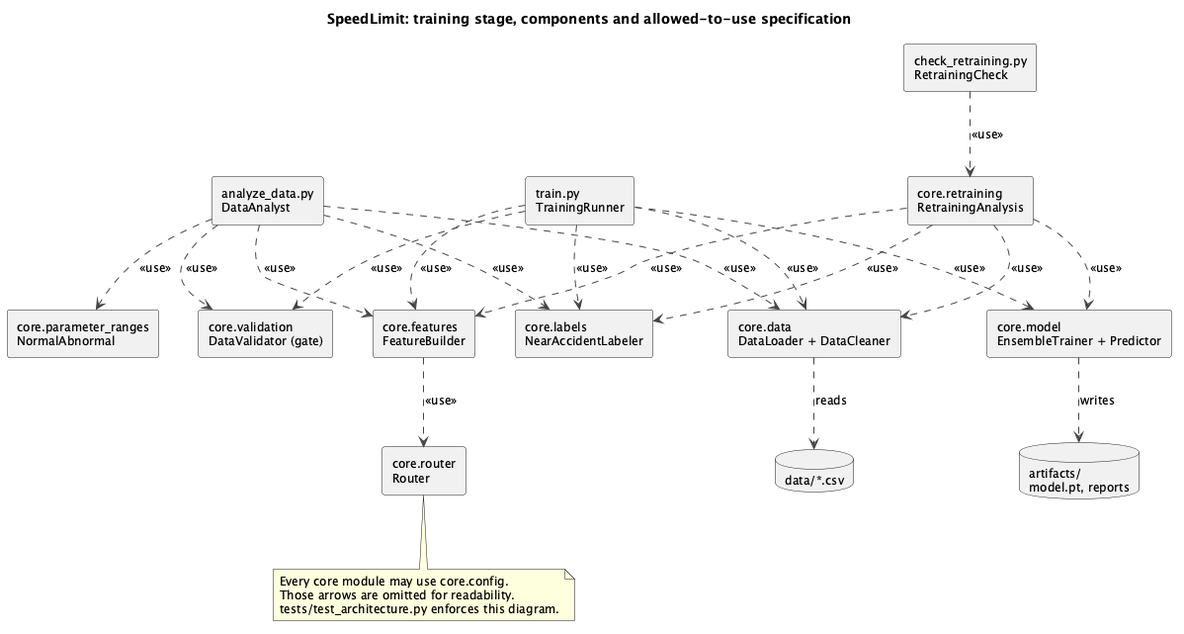
Above: docs/uml/01_architecture_training.png in xDGeo/SpeedLimitExampleSEA (PlantUML), before the change.
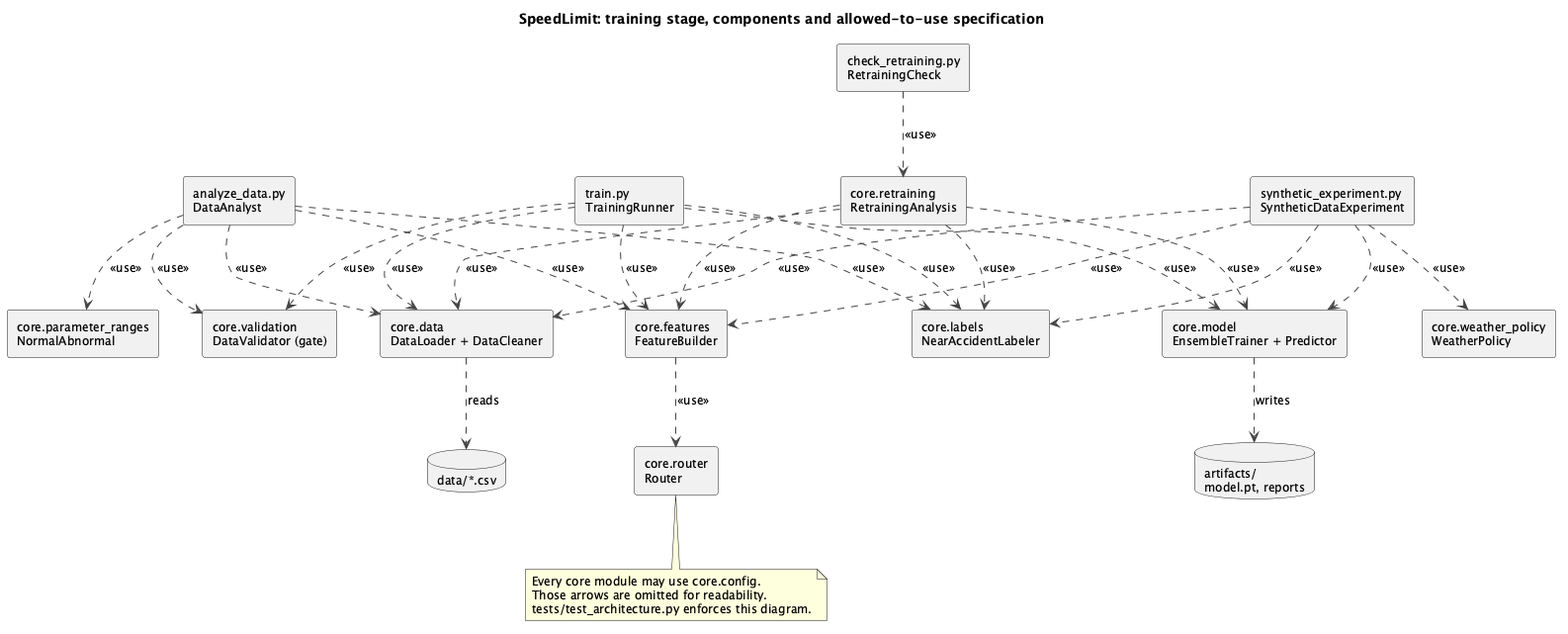
After the change.

What changed in the source:
```diff
@@ -18,6 +18,8 @@
 [core.model\nEnsembleTrainer + Predictor] as Model
 [core.router\nRouter] as Router
 [core.parameter_ranges\nNormalAbnormal] as Ranges
+[synthetic_experiment.py\nSyntheticDataExperiment] as Synthetic
+[core.weather_policy\nWeatherPolicy] as Weather
 database "data/*.csv" as CSV
 database "artifacts/\nmodel.pt, reports" as Art
 
@@ -36,6 +38,11 @@
 Retraining ..> Labels : <<use>>
 Retraining ..> Features : <<use>>
 Retraining ..> Model : <<use>>
+Synthetic ..> Data : <<use>>
+Synthetic ..> Labels : <<use>>
+Synthetic ..> Features : <<use>>
+Synthetic ..> Model : <<use>>
+Synthetic ..> Weather : <<use>>
 Features ..> Router : <<use>>
 Data ..> CSV : reads
 Model ..> Art : writes
```
